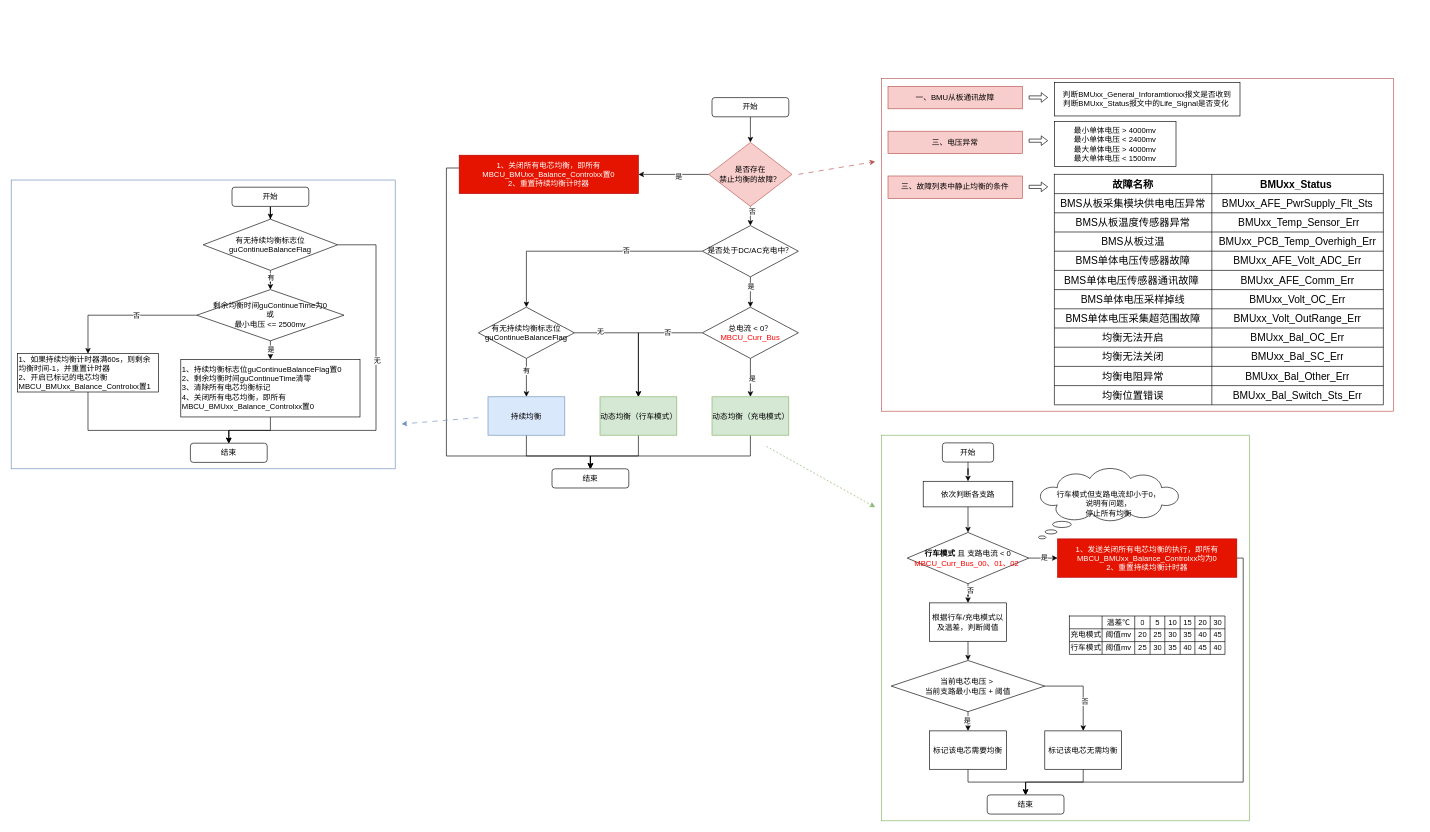
xskukuku/0_MyFiles keeps this draw.io diagram as 流程图/均衡模块流程图.drawio. Above is the earlier version. Source tidied: cells renumbered, new cells numbered last; positions are measured from the earlier drawing's top-left corner, leaving out a move shared by most shapes. Both pictures are drawn from the tidied source at 64%, with x=0, y=0 at pixel (11, 78).
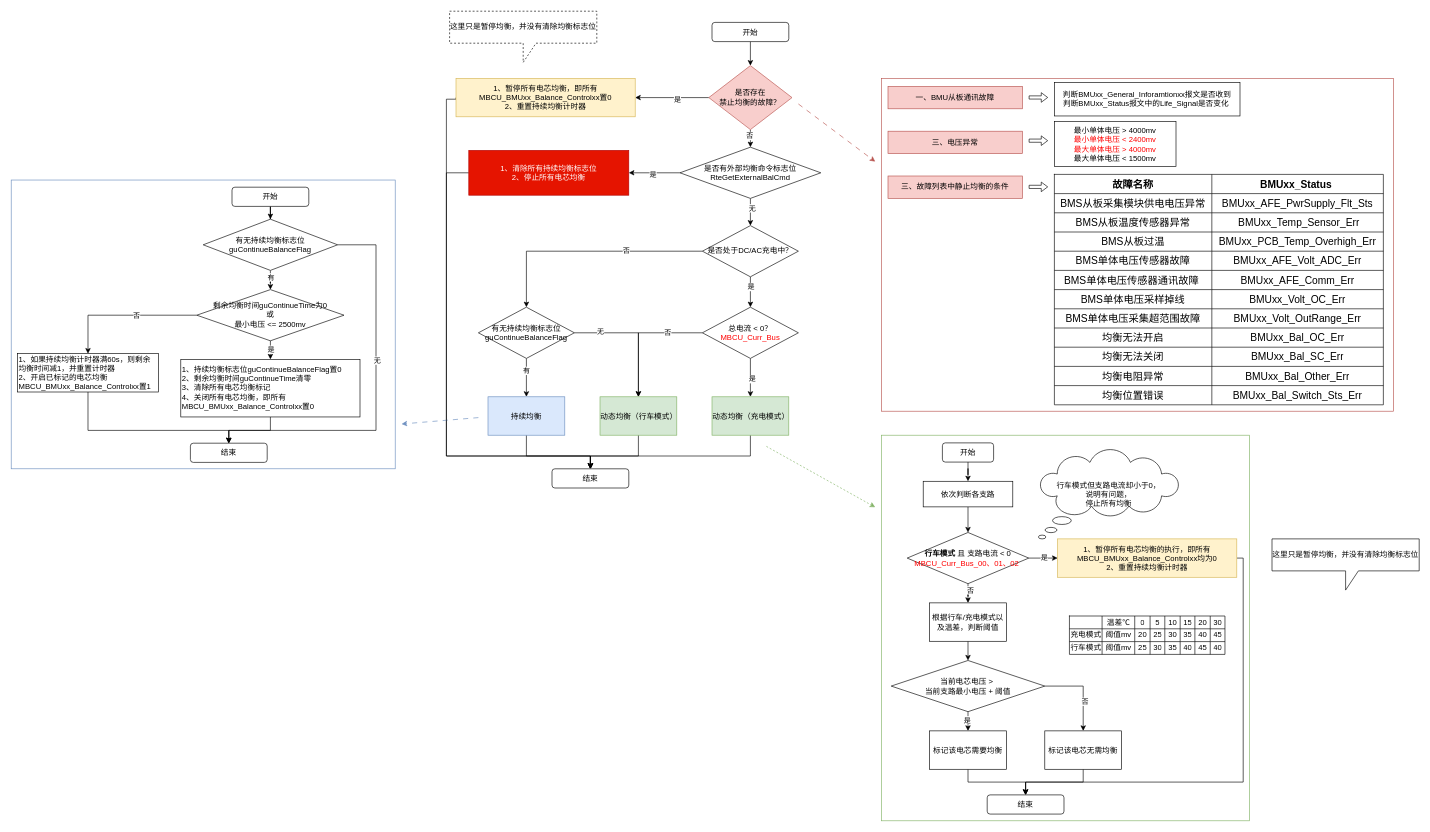
After the change.

The change refers to these unchanged cells:
```xml
<mxCell id="59" value="是否处于DC/AC充电中？" style="rhombus;whiteSpace=wrap;html=1;" parent="1" vertex="1">
  <mxGeometry x="1080" y="230" width="150" height="80" as="geometry" />
</mxCell>
<mxCell id="148" value="结束" style="rounded=1;whiteSpace=wrap;html=1;" parent="1" vertex="1">
  <mxGeometry x="845" y="610" width="120" height="30" as="geometry" />
</mxCell>
```

Diff of the diagram source:
```diff
@@
-    <mxCell id="45" value="最小单体电压 &amp;gt; 4000mv&lt;div&gt;&lt;div&gt;最小单体电压 &amp;lt; 2400mv&lt;div&gt;最大单体电压 &amp;gt; 4000mv&lt;div&gt;最大单体电压 &amp;lt; 1500mv&lt;/div&gt;&lt;/div&gt;&lt;/div&gt;&lt;/div&gt;" style="rounded=0;whiteSpace=wrap;html=1;" parent="1" vertex="1">
+    <mxCell id="45" value="最小单体电压 &amp;gt; 4000mv&lt;div&gt;&lt;div&gt;&lt;span style=&quot;color: rgb(255, 0, 0);&quot;&gt;最小单体电压 &amp;lt; 2400mv&lt;/span&gt;&lt;div&gt;&lt;span style=&quot;color: rgb(255, 0, 0);&quot;&gt;最大单体电压 &amp;gt; 4000mv&lt;/span&gt;&lt;div&gt;最大单体电压 &amp;lt; 1500mv&lt;/div&gt;&lt;/div&gt;&lt;/div&gt;&lt;/div&gt;" style="rounded=0;whiteSpace=wrap;html=1;" parent="1" vertex="1">
       <mxGeometry x="1630" y="67.5" width="190" height="70" as="geometry" />
     </mxCell>
@@
-    <mxCell id="48" style="edgeStyle=orthogonalEdgeStyle;rounded=0;jettySize=auto;html=1;exitX=0.5;exitY=1;exitDx=0;exitDy=0;entryX=0.5;entryY=0;entryDx=0;entryDy=0;" parent="1" edge="1" source="50" target="59">
-      <mxGeometry relative="1" as="geometry" />
-    </mxCell>
+    <mxCell id="153" style="edgeStyle=orthogonalEdgeStyle;rounded=0;jettySize=auto;html=1;exitX=0.5;exitY=1;exitDx=0;exitDy=0;entryX=0.5;entryY=0;entryDx=0;entryDy=0;" parent="1" edge="1" source="50" target="160">
+      <mxGeometry relative="1" as="geometry" />
+    </mxCell>
-    <mxCell id="49" value="否" style="edgeLabel;html=1;align=center;verticalAlign=middle;" parent="48" vertex="1">
-      <mxGeometry x="-0.54" y="2" relative="1" as="geometry" />
+    <mxCell id="49" value="否" style="edgeLabel;html=1;align=center;verticalAlign=middle;" parent="153" vertex="1">
+      <mxGeometry x="-0.33" y="-2" relative="1" as="geometry" />
     </mxCell>
     <mxCell id="50" value="是否存在&lt;div&gt;禁止均衡的故障？&lt;/div&gt;" style="rhombus;whiteSpace=wrap;html=1;fillColor=#f8cecc;strokeColor=#b85450;" parent="1" vertex="1">
-      <mxGeometry x="1090" y="100" width="130" height="100" as="geometry" />
+      <mxGeometry x="1090" y="-20" width="130" height="100" as="geometry" />
     </mxCell>
@@
     <mxCell id="52" value="开始" style="rounded=1;whiteSpace=wrap;html=1;" parent="1" vertex="1">
-      <mxGeometry x="1095" y="30" width="120" height="30" as="geometry" />
+      <mxGeometry x="1095" y="-87.5" width="120" height="30" as="geometry" />
     </mxCell>
-    <mxCell id="53" style="edgeStyle=orthogonalEdgeStyle;rounded=0;jettySize=auto;html=1;exitX=0;exitY=0.5;exitDx=0;exitDy=0;entryX=0.5;entryY=0;entryDx=0;entryDy=0;" parent="1" edge="1" target="148">
+    <mxCell id="53" style="edgeStyle=orthogonalEdgeStyle;rounded=0;jettySize=auto;html=1;exitX=0;exitY=0.5;exitDx=0;exitDy=0;entryX=0.5;entryY=0;entryDx=0;entryDy=0;" parent="1" edge="1" source="54" target="148">
       <mxGeometry relative="1" as="geometry">
-        <mxPoint x="700" y="140" as="sourcePoint" />
         <Array as="points">
-          <mxPoint x="680" y="140" />
+          <mxPoint x="680" y="32.5" />
           <mxPoint x="680" y="590" />
           <mxPoint x="905" y="590" />
         </Array>
       </mxGeometry>
     </mxCell>
-    <mxCell id="54" value="1、&lt;span style=&quot;text-align: left;&quot;&gt;关闭所有电芯均衡，即所有MBCU_BMUxx_Balance_Controlxx置0&lt;/span&gt;&lt;div&gt;2、重置持续均衡计时器&lt;/div&gt;" style="rounded=0;whiteSpace=wrap;html=1;fillColor=#e51400;fontColor=#ffffff;strokeColor=#B20000;" parent="1" vertex="1">
-      <mxGeometry x="700" y="120" width="280" height="60" as="geometry" />
+    <mxCell id="54" value="1、暂停&lt;span style=&quot;text-align: left;&quot;&gt;所有电芯均衡，即所有MBCU_BMUxx_Balance_Controlxx置0&lt;/span&gt;&lt;div&gt;2、重置持续均衡计时器&lt;/div&gt;" style="rounded=0;whiteSpace=wrap;html=1;fillColor=#fff2cc;strokeColor=#d6b656;" parent="1" vertex="1">
+      <mxGeometry x="695" width="280" height="60" as="geometry" />
     </mxCell>
@@
-    <mxCell id="118" value="1、发送关闭所有电芯均衡的执行，即所有MBCU_BMUxx_Balance_Controlxx均为0&lt;div&gt;2、重置持续均衡计时器&lt;/div&gt;" style="rounded=0;whiteSpace=wrap;html=1;fillColor=#e51400;strokeColor=#B20000;fontColor=#ffffff;" parent="1" vertex="1">
+    <mxCell id="118" value="1、暂停所有电芯均衡的执行，即所有MBCU_BMUxx_Balance_Controlxx均为0&lt;div&gt;2、重置持续均衡计时器&lt;/div&gt;" style="rounded=0;whiteSpace=wrap;html=1;fillColor=#fff2cc;strokeColor=#d6b656;" parent="1" vertex="1">
       <mxGeometry x="1635" y="719.5" width="280" height="60" as="geometry" />
     </mxCell>
@@
     <mxCell id="130" value="行车模式但支路电流却小于0，&lt;div&gt;说明有问题，&lt;/div&gt;&lt;div&gt;停止所有均衡&lt;/div&gt;" style="whiteSpace=wrap;html=1;shape=mxgraph.basic.cloud_callout;" parent="1" vertex="1">
-      <mxGeometry x="1605" y="609.5" width="220" height="110" as="geometry" />
+      <mxGeometry x="1605" y="580" width="220" height="139.5" as="geometry" />
     </mxCell>
@@
-    <mxCell id="144" value="&lt;div&gt;1、如果持续均衡计时器满60s，则剩余均衡时间-1，并重置计时器&lt;/div&gt;2、开启已标记的电芯均衡&lt;span style=&quot;&quot;&gt;MBCU_BMUxx_Balance_Controlxx置1&lt;/span&gt;" style="rounded=0;whiteSpace=wrap;html=1;align=left;" parent="1" vertex="1">
+    <mxCell id="144" value="&lt;div&gt;1、如果持续均衡计时器满60s，则剩余均衡时间减1，并重置计时器&lt;/div&gt;2、开启已标记的电芯均衡&lt;span style=&quot;&quot;&gt;MBCU_BMUxx_Balance_Controlxx置1&lt;/span&gt;" style="rounded=0;whiteSpace=wrap;html=1;align=left;" parent="1" vertex="1">
       <mxGeometry x="10" y="430" width="220" height="60" as="geometry" />
     </mxCell>
@@
     <mxCell id="150" style="endArrow=classic;html=1;rounded=0;dashed=1;dashPattern=8 8;fillColor=#f8cecc;strokeColor=#b85450;" parent="1" edge="1">
       <mxGeometry relative="1" as="geometry">
-        <mxPoint x="1230" y="150" as="sourcePoint" />
+        <mxPoint x="1230" y="40" as="sourcePoint" />
         <mxPoint x="1350" y="130" as="targetPoint" />
       </mxGeometry>
     </mxCell>
@@
+    <mxCell id="154" value="这里只是暂停均衡，并没有清除均衡标志位" style="shape=callout;whiteSpace=wrap;html=1;perimeter=calloutPerimeter;dashed=1;" parent="1" vertex="1">
+      <mxGeometry x="685" y="-105" width="230" height="80" as="geometry" />
+    </mxCell>
+    <mxCell id="155" value="这里只是暂停均衡，并没有清除均衡标志位" style="shape=callout;whiteSpace=wrap;html=1;perimeter=calloutPerimeter;" parent="1" vertex="1">
+      <mxGeometry x="1970" y="719.5" width="230" height="80" as="geometry" />
+    </mxCell>
+    <mxCell id="156" style="edgeStyle=orthogonalEdgeStyle;rounded=0;jettySize=auto;html=1;exitX=0.5;exitY=1;exitDx=0;exitDy=0;entryX=0.5;entryY=0;entryDx=0;entryDy=0;" parent="1" edge="1" source="160" target="59">
+      <mxGeometry relative="1" as="geometry" />
+    </mxCell>
+    <mxCell id="157" value="无" style="edgeLabel;html=1;align=center;verticalAlign=middle;" parent="156" vertex="1">
+      <mxGeometry x="-0.29" y="2" relative="1" as="geometry" />
+    </mxCell>
+    <mxCell id="158" style="edgeStyle=orthogonalEdgeStyle;rounded=0;jettySize=auto;html=1;exitX=0;exitY=0.5;exitDx=0;exitDy=0;entryX=1;entryY=0.5;entryDx=0;entryDy=0;" parent="1" edge="1" source="160" target="162">
+      <mxGeometry relative="1" as="geometry" />
+    </mxCell>
+    <mxCell id="159" value="是" style="edgeLabel;html=1;align=center;verticalAlign=middle;" parent="158" vertex="1">
+      <mxGeometry x="0.07" y="2" relative="1" as="geometry" />
+    </mxCell>
+    <mxCell id="160" value="是否有外部均衡命令标志位&lt;br&gt;RteGetExternalBalCmd" style="rhombus;whiteSpace=wrap;html=1;" parent="1" vertex="1">
+      <mxGeometry x="1045" y="107.5" width="220" height="80" as="geometry" />
+    </mxCell>
+    <mxCell id="161" style="edgeStyle=orthogonalEdgeStyle;rounded=0;jettySize=auto;html=1;exitX=0;exitY=0.5;exitDx=0;exitDy=0;" parent="1" edge="1" source="162" target="148">
+      <mxGeometry relative="1" as="geometry">
+        <Array as="points">
+          <mxPoint x="680" y="147.5" />
+          <mxPoint x="680" y="590" />
+          <mxPoint x="905" y="590" />
+        </Array>
+      </mxGeometry>
+    </mxCell>
+    <mxCell id="162" value="1、清除所有持续均衡标志位&lt;br&gt;2、停止所有电芯均衡" style="rounded=0;whiteSpace=wrap;html=1;fillColor=#e51400;fontColor=#ffffff;strokeColor=#B20000;" parent="1" vertex="1">
+      <mxGeometry x="715" y="112.5" width="250" height="70" as="geometry" />
+    </mxCell>
```
